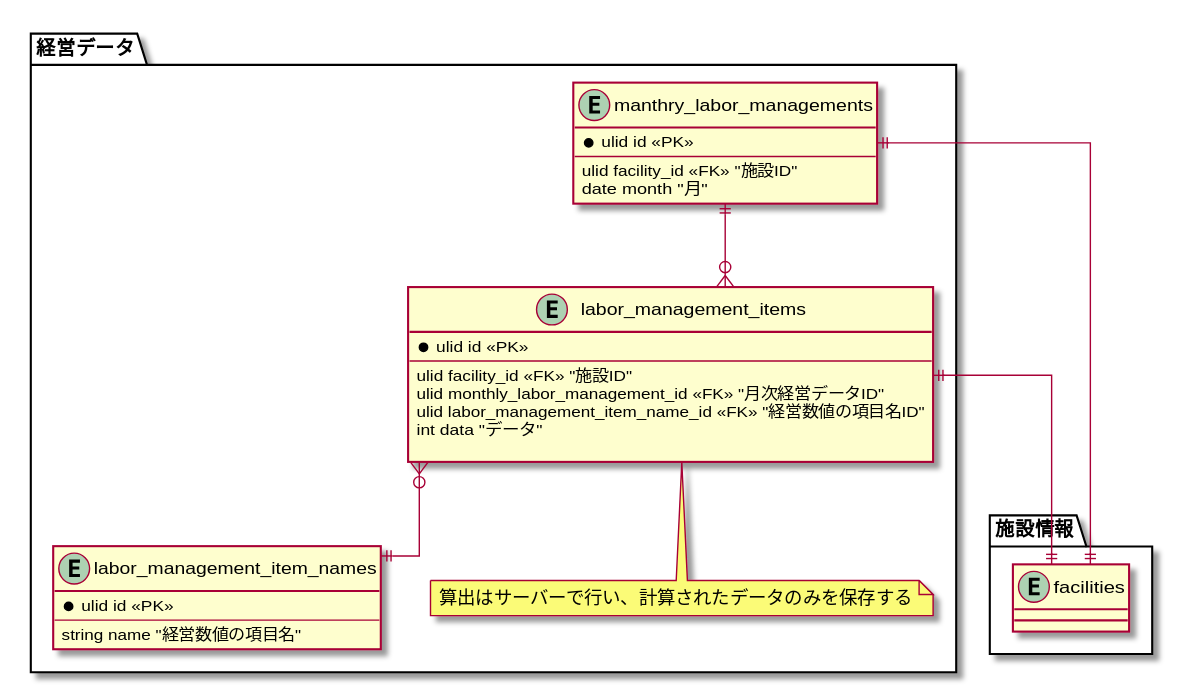
Before: src/diagrams-svg/ER/tables/labor_managements.svg, a diagram exported from PlantUML (Fukuemon/buddy_design_docs).
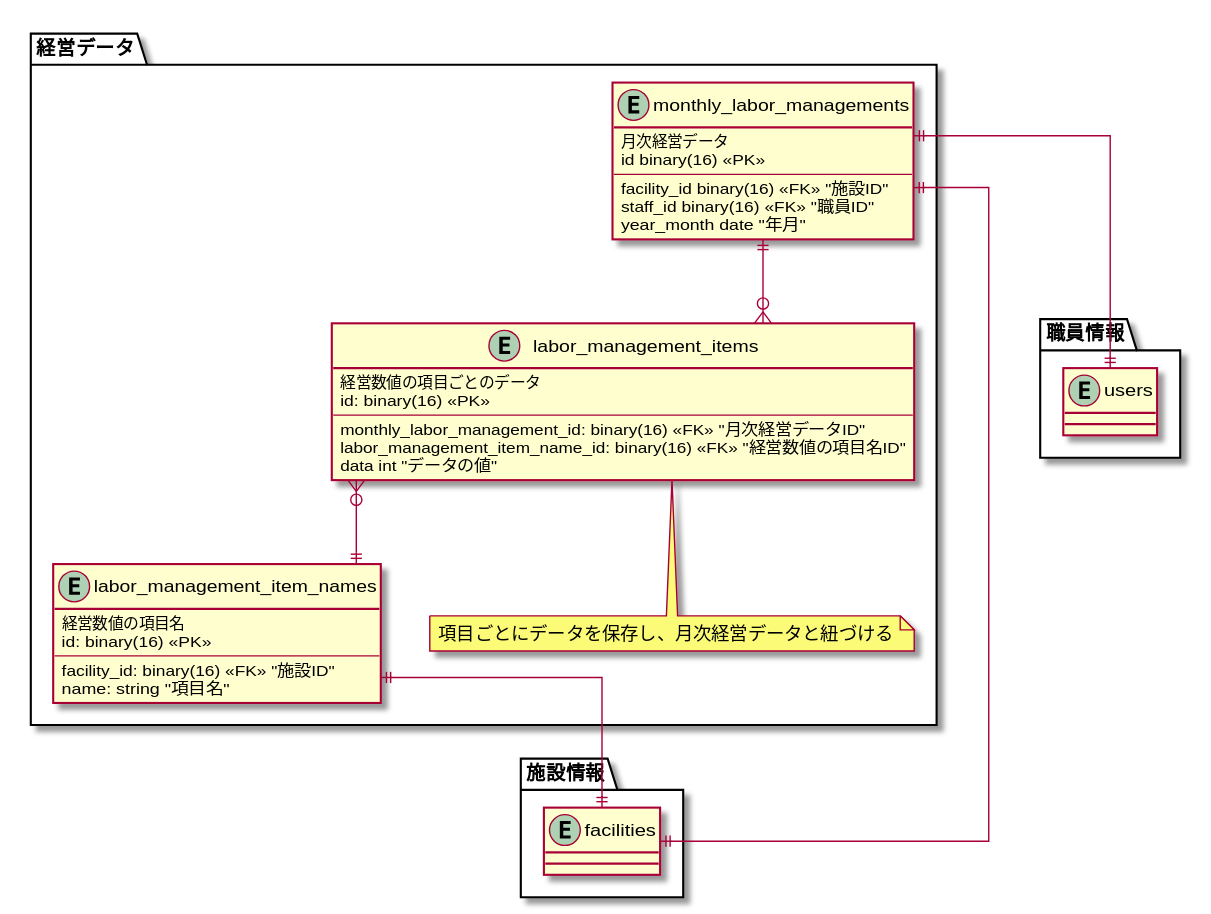
The same diagram one commit later.

Change to the diagram source:
```diff
@@ -3,30 +3,33 @@
 
 package 経営データ {
   entity labor_management_item_names {
-    * ulid id <<PK>>
+    経営数値の項目名
+    id: binary(16) <<PK>>
     --
-    string name "経営数値の項目名"
+    facility_id: binary(16) <<FK>> "施設ID"
+    name: string "項目名"
   }
 
   entity labor_management_items {
-    * ulid id <<PK>>
+    経営数値の項目ごとのデータ
+    id: binary(16) <<PK>>
     --
-    ulid facility_id <<FK>> "施設ID"
-    ulid monthly_labor_management_id <<FK>> "月次経営データID"
-    ulid labor_management_item_name_id <<FK>> "経営数値の項目名ID"
-    int data "データ"
-
+    monthly_labor_management_id: binary(16) <<FK>> "月次経営データID"
+    labor_management_item_name_id: binary(16) <<FK>> "経営数値の項目名ID"
+    data int "データの値"
   }
 
   note bottom of labor_management_items
-  算出はサーバーで行い、計算されたデータのみを保存する
+  項目ごとにデータを保存し、月次経営データと紐づける
   end note
 
-  entity manthry_labor_managements {
-    * ulid id <<PK>>
+  entity monthly_labor_managements {
+    月次経営データ
+    id binary(16) <<PK>>
     --
-    ulid facility_id <<FK>> "施設ID"
-    date month "月"
+    facility_id binary(16) <<FK>> "施設ID"
+    staff_id binary(16) <<FK>> "職員ID"
+    year_month date "年月"
   }
 }
 
@@ -35,10 +38,16 @@
   }
 }
 
+package 職員情報 {
+  entity users {
+  }
+}
 
-manthry_labor_managements ||--o{ labor_management_items
-manthry_labor_managements ||--|| facilities
+
+monthly_labor_managements ||--o{ labor_management_items
+monthly_labor_managements ||--|| facilities
+monthly_labor_managements ||--|| users
 labor_management_items }o--|| labor_management_item_names
-labor_management_items ||--|| facilities
+labor_management_item_names ||--|| facilities
 
 @enduml
```
